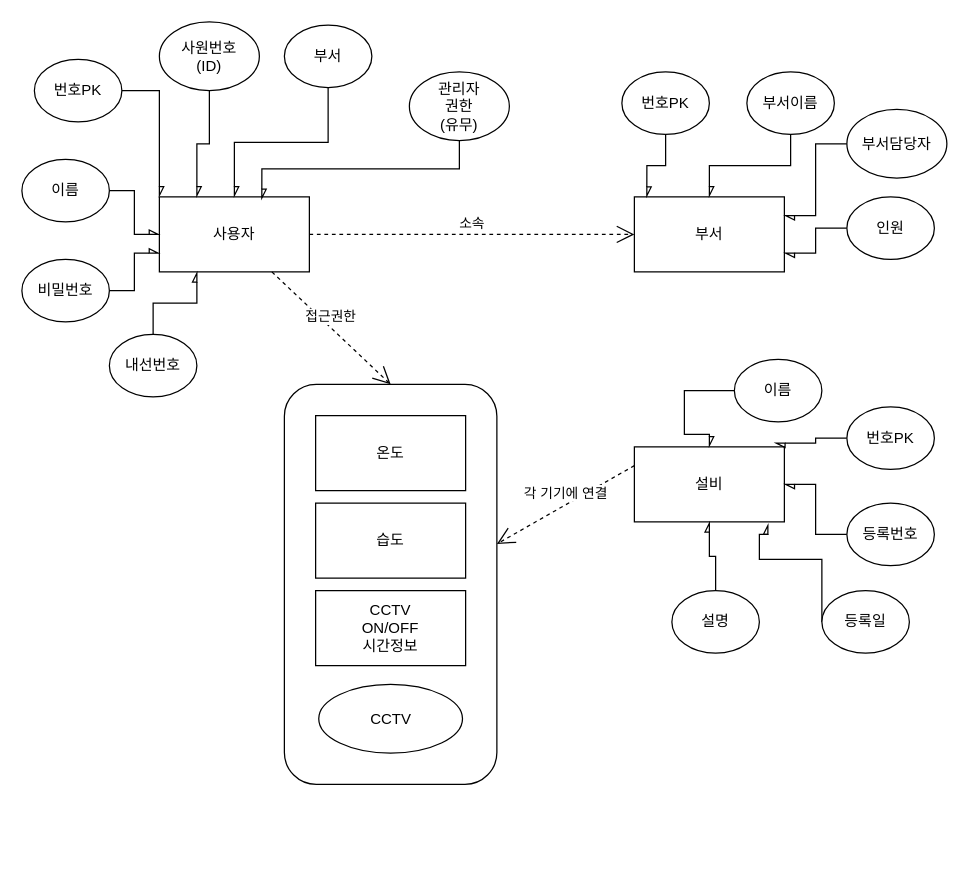
Before: Copy of t1.drawio in SoSSimple/metacamp-CCTVmonitoring, a draw.io diagram. Source tidied: cells renumbered, new cells numbered last; positions are measured from the earlier drawing's top-left corner, leaving out a move shared by most shapes. Both pictures are drawn from the tidied source at 125%, with x=0, y=0 at pixel (21, 21).
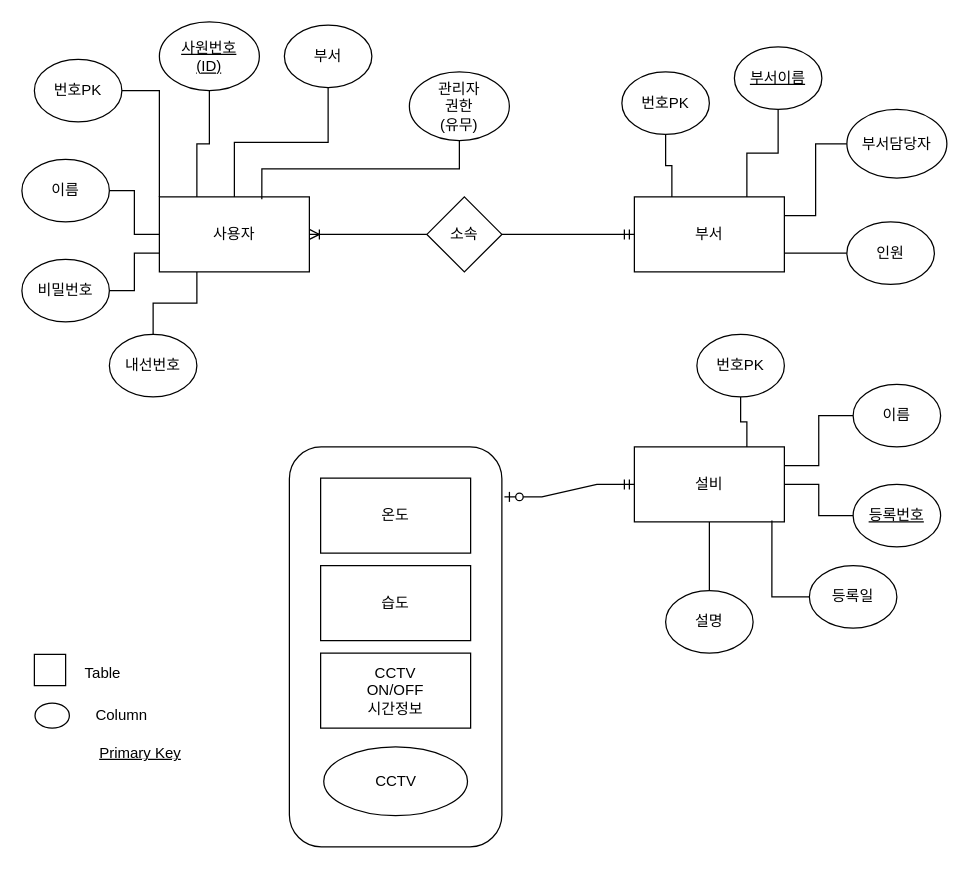
The same diagram, later.

Unchanged cells that the change refers to:
```xml
<mxCell id="3" value="사용자" style="rounded=0;whiteSpace=wrap;html=1;" parent="1" vertex="1">
  <mxGeometry x="110" y="140" width="120" height="60" as="geometry" />
</mxCell>
<mxCell id="5" value="번호PK" style="ellipse;whiteSpace=wrap;html=1;" parent="1" vertex="1">
  <mxGeometry x="10" y="30" width="70" height="50" as="geometry" />
</mxCell>
<mxCell id="9" value="부서" style="ellipse;whiteSpace=wrap;html=1;" parent="1" vertex="1">
  <mxGeometry x="210" y="2.5" width="70" height="50" as="geometry" />
</mxCell>
<mxCell id="10" value="관리자&lt;br&gt;권한&lt;br&gt;(유무)" style="ellipse;whiteSpace=wrap;html=1;" parent="1" vertex="1">
  <mxGeometry x="310" y="40" width="80" height="55" as="geometry" />
</mxCell>
<mxCell id="12" value="부서" style="rounded=0;whiteSpace=wrap;html=1;" parent="1" vertex="1">
  <mxGeometry x="490" y="140" width="120" height="60" as="geometry" />
</mxCell>
<mxCell id="13" value="설비" style="rounded=0;whiteSpace=wrap;html=1;" parent="1" vertex="1">
  <mxGeometry x="490" y="340" width="120" height="60" as="geometry" />
</mxCell>
<mxCell id="24" value="내선번호" style="ellipse;whiteSpace=wrap;html=1;" parent="1" vertex="1">
  <mxGeometry x="70" y="250" width="70" height="50" as="geometry" />
</mxCell>
<mxCell id="26" value="번호PK" style="ellipse;whiteSpace=wrap;html=1;" parent="1" vertex="1">
  <mxGeometry x="480" y="40" width="70" height="50" as="geometry" />
</mxCell>
<mxCell id="28" value="부서담당자" style="ellipse;whiteSpace=wrap;html=1;" parent="1" vertex="1">
  <mxGeometry x="660" y="70" width="80" height="55" as="geometry" />
</mxCell>
<mxCell id="34" value="이름" style="ellipse;whiteSpace=wrap;html=1;" parent="1" vertex="1">
  <mxGeometry y="110" width="70" height="50" as="geometry" />
</mxCell>
<mxCell id="41" value="비밀번호" style="ellipse;whiteSpace=wrap;html=1;" parent="1" vertex="1">
  <mxGeometry y="190" width="70" height="50" as="geometry" />
</mxCell>
```

Diff of the diagram source:
```diff
@@
     <mxCell id="2" style="rounded=1;whiteSpace=wrap;html=1;" parent="1" vertex="1">
-      <mxGeometry x="210" y="290" width="170" height="320" as="geometry" />
+      <mxGeometry x="214" y="340" width="170" height="320" as="geometry" />
     </mxCell>
@@
-    <mxCell id="4" style="edgeStyle=orthogonalEdgeStyle;rounded=0;jettySize=auto;html=1;entryX=0;entryY=0;entryDx=0;entryDy=0;endArrow=async;endFill=0;" parent="1" edge="1" source="5" target="3">
+    <mxCell id="4" style="edgeStyle=orthogonalEdgeStyle;rounded=0;jettySize=auto;html=1;entryX=0;entryY=0;entryDx=0;entryDy=0;endArrow=none;endFill=0;" parent="1" edge="1" source="5" target="3">
       <mxGeometry relative="1" as="geometry" />
     </mxCell>
@@
-    <mxCell id="6" style="edgeStyle=orthogonalEdgeStyle;rounded=0;jettySize=auto;html=1;entryX=0.25;entryY=0;entryDx=0;entryDy=0;endArrow=async;endFill=0;" parent="1" edge="1" source="7" target="3">
+    <mxCell id="6" style="edgeStyle=orthogonalEdgeStyle;rounded=0;jettySize=auto;html=1;entryX=0.25;entryY=0;entryDx=0;entryDy=0;endArrow=none;endFill=0;" parent="1" edge="1" source="7" target="3">
       <mxGeometry relative="1" as="geometry" />
     </mxCell>
-    <mxCell id="7" value="사원번호 &lt;br&gt;(ID)" style="ellipse;whiteSpace=wrap;html=1;" parent="1" vertex="1">
+    <mxCell id="7" value="&lt;u&gt;사원번호 &lt;br&gt;(ID)&lt;/u&gt;" style="ellipse;whiteSpace=wrap;html=1;" parent="1" vertex="1">
       <mxGeometry x="110" width="80" height="55" as="geometry" />
     </mxCell>
-    <mxCell id="8" style="edgeStyle=orthogonalEdgeStyle;rounded=0;jettySize=auto;html=1;endArrow=async;endFill=0;" parent="1" edge="1" source="9" target="3">
+    <mxCell id="8" style="edgeStyle=orthogonalEdgeStyle;rounded=0;jettySize=auto;html=1;endArrow=none;endFill=0;" parent="1" edge="1" source="9" target="3">
       <mxGeometry relative="1" as="geometry" />
     </mxCell>
@@
-    <mxCell id="11" style="edgeStyle=orthogonalEdgeStyle;rounded=0;jettySize=auto;html=1;endArrow=async;endFill=0;entryX=0.683;entryY=0.033;entryDx=0;entryDy=0;entryPerimeter=0;exitX=0.5;exitY=1;exitDx=0;exitDy=0;" parent="1" edge="1" source="10" target="3">
+    <mxCell id="11" style="edgeStyle=orthogonalEdgeStyle;rounded=0;jettySize=auto;html=1;endArrow=none;endFill=0;entryX=0.683;entryY=0.033;entryDx=0;entryDy=0;entryPerimeter=0;exitX=0.5;exitY=1;exitDx=0;exitDy=0;" parent="1" edge="1" source="10" target="3">
       <mxGeometry relative="1" as="geometry" />
     </mxCell>
@@
-    <mxCell id="14" style="edgeStyle=orthogonalEdgeStyle;rounded=0;jettySize=auto;html=1;endArrow=async;endFill=0;entryX=0.937;entryY=-0.05;entryDx=0;entryDy=0;entryPerimeter=0;" parent="1" edge="1" source="15" target="13">
+    <mxCell id="14" style="edgeStyle=orthogonalEdgeStyle;rounded=0;jettySize=auto;html=1;endArrow=none;endFill=0;entryX=0.75;entryY=0;entryDx=0;entryDy=0;exitX=0.5;exitY=1;exitDx=0;exitDy=0;" parent="1" edge="1" source="15" target="13">
       <mxGeometry relative="1" as="geometry" />
     </mxCell>
     <mxCell id="15" value="번호PK" style="ellipse;whiteSpace=wrap;html=1;" parent="1" vertex="1">
-      <mxGeometry x="660" y="308" width="70" height="50" as="geometry" />
+      <mxGeometry x="540" y="250" width="70" height="50" as="geometry" />
     </mxCell>
     <mxCell id="16" value="CCTV" style="ellipse;whiteSpace=wrap;html=1;" parent="1" vertex="1">
-      <mxGeometry x="237.5" y="530" width="115" height="55" as="geometry" />
+      <mxGeometry x="241.5" y="580" width="115" height="55" as="geometry" />
     </mxCell>
-    <mxCell id="17" style="edgeStyle=orthogonalEdgeStyle;rounded=0;jettySize=auto;html=1;endArrow=async;endFill=0;" parent="1" edge="1" source="18" target="13">
+    <mxCell id="17" style="edgeStyle=orthogonalEdgeStyle;rounded=0;jettySize=auto;html=1;endArrow=none;endFill=0;" parent="1" edge="1" source="18" target="13">
       <mxGeometry relative="1" as="geometry" />
     </mxCell>
-    <mxCell id="18" value="등록번호" style="ellipse;whiteSpace=wrap;html=1;" parent="1" vertex="1">
-      <mxGeometry x="660" y="385" width="70" height="50" as="geometry" />
+    <mxCell id="18" value="등록번호" style="ellipse;whiteSpace=wrap;html=1;fontStyle=4;" parent="1" vertex="1">
+      <mxGeometry x="665" y="370" width="70" height="50" as="geometry" />
     </mxCell>
-    <mxCell id="19" style="edgeStyle=orthogonalEdgeStyle;rounded=0;jettySize=auto;html=1;endArrow=async;endFill=0;" parent="1" edge="1" source="20" target="13">
+    <mxCell id="19" style="edgeStyle=orthogonalEdgeStyle;rounded=0;jettySize=auto;html=1;endArrow=none;endFill=0;" parent="1" edge="1" source="20" target="13">
       <mxGeometry relative="1" as="geometry" />
     </mxCell>
     <mxCell id="20" value="설명" style="ellipse;whiteSpace=wrap;html=1;" parent="1" vertex="1">
-      <mxGeometry x="520" y="455" width="70" height="50" as="geometry" />
+      <mxGeometry x="515" y="455" width="70" height="50" as="geometry" />
     </mxCell>
-    <mxCell id="21" style="edgeStyle=orthogonalEdgeStyle;rounded=0;jettySize=auto;html=1;endArrow=async;endFill=0;entryX=0.89;entryY=1.03;entryDx=0;entryDy=0;entryPerimeter=0;" parent="1" edge="1" source="22" target="13">
-      <mxGeometry relative="1" as="geometry">
-        <Array as="points">
-          <mxPoint x="640" y="430" />
-          <mxPoint x="590" y="430" />
-          <mxPoint x="590" y="410" />
-          <mxPoint x="597" y="410" />
-        </Array>
-      </mxGeometry>
+    <mxCell id="21" style="edgeStyle=orthogonalEdgeStyle;rounded=0;jettySize=auto;html=1;endArrow=none;endFill=0;entryX=0.917;entryY=0.983;entryDx=0;entryDy=0;entryPerimeter=0;" parent="1" edge="1" source="22" target="13">
+      <mxGeometry relative="1" as="geometry" />
     </mxCell>
     <mxCell id="22" value="등록일" style="ellipse;whiteSpace=wrap;html=1;" parent="1" vertex="1">
-      <mxGeometry x="640" y="455" width="70" height="50" as="geometry" />
+      <mxGeometry x="630" y="435" width="70" height="50" as="geometry" />
     </mxCell>
-    <mxCell id="23" style="edgeStyle=orthogonalEdgeStyle;rounded=0;jettySize=auto;html=1;entryX=0.25;entryY=1;entryDx=0;entryDy=0;endArrow=async;endFill=0;" parent="1" edge="1" source="24" target="3">
+    <mxCell id="23" style="edgeStyle=orthogonalEdgeStyle;rounded=0;jettySize=auto;html=1;entryX=0.25;entryY=1;entryDx=0;entryDy=0;endArrow=none;endFill=0;" parent="1" edge="1" source="24" target="3">
       <mxGeometry relative="1" as="geometry" />
     </mxCell>
@@
-    <mxCell id="25" style="edgeStyle=orthogonalEdgeStyle;rounded=0;jettySize=auto;html=1;endArrow=async;endFill=0;entryX=0.083;entryY=0.003;entryDx=0;entryDy=0;entryPerimeter=0;" parent="1" edge="1" source="26" target="12">
+    <mxCell id="25" style="edgeStyle=orthogonalEdgeStyle;rounded=0;jettySize=auto;html=1;endArrow=none;endFill=0;entryX=0.25;entryY=0;entryDx=0;entryDy=0;" parent="1" edge="1" source="26" target="12">
       <mxGeometry relative="1" as="geometry" />
     </mxCell>
@@
-    <mxCell id="27" style="edgeStyle=orthogonalEdgeStyle;rounded=0;jettySize=auto;html=1;entryX=1;entryY=0.25;entryDx=0;entryDy=0;endArrow=async;endFill=0;" parent="1" edge="1" source="28" target="12">
+    <mxCell id="27" style="edgeStyle=orthogonalEdgeStyle;rounded=0;jettySize=auto;html=1;entryX=1;entryY=0.25;entryDx=0;entryDy=0;endArrow=none;endFill=0;" parent="1" edge="1" source="28" target="12">
       <mxGeometry relative="1" as="geometry" />
     </mxCell>
@@
-    <mxCell id="29" style="edgeStyle=orthogonalEdgeStyle;rounded=0;jettySize=auto;html=1;endArrow=async;endFill=0;" parent="1" edge="1" source="30" target="12">
+    <mxCell id="29" style="edgeStyle=orthogonalEdgeStyle;rounded=0;jettySize=auto;html=1;entryX=0.75;entryY=0;entryDx=0;entryDy=0;endArrow=none;endFill=0;" parent="1" edge="1" source="30" target="12">
       <mxGeometry relative="1" as="geometry" />
     </mxCell>
-    <mxCell id="30" value="부서이름" style="ellipse;whiteSpace=wrap;html=1;" parent="1" vertex="1">
-      <mxGeometry x="580" y="40" width="70" height="50" as="geometry" />
+    <mxCell id="30" value="부서이름" style="ellipse;whiteSpace=wrap;html=1;fontStyle=4;" parent="1" vertex="1">
+      <mxGeometry x="570" y="20" width="70" height="50" as="geometry" />
     </mxCell>
-    <mxCell id="31" style="edgeStyle=orthogonalEdgeStyle;rounded=0;jettySize=auto;html=1;entryX=1;entryY=0.75;entryDx=0;entryDy=0;endArrow=async;endFill=0;" parent="1" edge="1" source="32" target="12">
+    <mxCell id="31" style="edgeStyle=orthogonalEdgeStyle;rounded=0;jettySize=auto;html=1;entryX=1;entryY=0.75;entryDx=0;entryDy=0;endArrow=none;endFill=0;" parent="1" edge="1" source="32" target="12">
       <mxGeometry relative="1" as="geometry" />
     </mxCell>
     <mxCell id="32" value="인원" style="ellipse;whiteSpace=wrap;html=1;" parent="1" vertex="1">
-      <mxGeometry x="660" y="140" width="70" height="50" as="geometry" />
+      <mxGeometry x="660" y="160" width="70" height="50" as="geometry" />
     </mxCell>
-    <mxCell id="33" style="edgeStyle=orthogonalEdgeStyle;rounded=0;jettySize=auto;html=1;endArrow=async;endFill=0;" parent="1" edge="1" source="34" target="3">
+    <mxCell id="33" style="edgeStyle=orthogonalEdgeStyle;rounded=0;jettySize=auto;html=1;endArrow=none;endFill=0;" parent="1" edge="1" source="34" target="3">
       <mxGeometry relative="1" as="geometry" />
     </mxCell>
@@
-    <mxCell id="35" style="edgeStyle=orthogonalEdgeStyle;rounded=0;jettySize=auto;html=1;entryX=0.5;entryY=0;entryDx=0;entryDy=0;endArrow=async;endFill=0;" parent="1" edge="1" source="36" target="13">
-      <mxGeometry relative="1" as="geometry">
-        <Array as="points">
-          <mxPoint x="530" y="295" />
-          <mxPoint x="530" y="330" />
-          <mxPoint x="550" y="330" />
-        </Array>
-      </mxGeometry>
+    <mxCell id="35" style="edgeStyle=orthogonalEdgeStyle;rounded=0;jettySize=auto;html=1;entryX=1;entryY=0.25;entryDx=0;entryDy=0;endArrow=none;endFill=0;" parent="1" edge="1" source="36" target="13">
+      <mxGeometry relative="1" as="geometry" />
     </mxCell>
     <mxCell id="36" value="이름" style="ellipse;whiteSpace=wrap;html=1;" parent="1" vertex="1">
-      <mxGeometry x="570" y="270" width="70" height="50" as="geometry" />
+      <mxGeometry x="665" y="290" width="70" height="50" as="geometry" />
     </mxCell>
     <mxCell id="37" value="온도" style="rounded=0;whiteSpace=wrap;html=1;" parent="1" vertex="1">
-      <mxGeometry x="235" y="315" width="120" height="60" as="geometry" />
+      <mxGeometry x="239" y="365" width="120" height="60" as="geometry" />
     </mxCell>
     <mxCell id="38" value="습도" style="rounded=0;whiteSpace=wrap;html=1;" parent="1" vertex="1">
-      <mxGeometry x="235" y="385" width="120" height="60" as="geometry" />
+      <mxGeometry x="239" y="435" width="120" height="60" as="geometry" />
     </mxCell>
     <mxCell id="39" value="CCTV&lt;br&gt;ON/OFF&lt;br&gt;시간정보" style="rounded=0;whiteSpace=wrap;html=1;" parent="1" vertex="1">
-      <mxGeometry x="235" y="455" width="120" height="60" as="geometry" />
+      <mxGeometry x="239" y="505" width="120" height="60" as="geometry" />
     </mxCell>
-    <mxCell id="40" style="edgeStyle=orthogonalEdgeStyle;rounded=0;jettySize=auto;html=1;endArrow=async;endFill=0;entryX=0;entryY=0.75;entryDx=0;entryDy=0;" parent="1" edge="1" source="41" target="3">
+    <mxCell id="40" style="edgeStyle=orthogonalEdgeStyle;rounded=0;jettySize=auto;html=1;endArrow=none;endFill=0;entryX=0;entryY=0.75;entryDx=0;entryDy=0;" parent="1" edge="1" source="41" target="3">
       <mxGeometry relative="1" as="geometry" />
     </mxCell>
@@
-    <mxCell id="42" value="접근권한" style="edgeStyle=none;html=1;endArrow=open;endSize=12;dashed=1;verticalAlign=bottom;rounded=0;exitX=0.75;exitY=1;exitDx=0;exitDy=0;entryX=0.5;entryY=0;entryDx=0;entryDy=0;" parent="1" edge="1" source="3" target="2">
-      <mxGeometry relative="1" as="geometry" />
-    </mxCell>
+    <mxCell id="45" style="whiteSpace=wrap;html=1;" parent="1" vertex="1">
+      <mxGeometry x="10" y="506" width="25" height="25" as="geometry" />
+    </mxCell>
+    <mxCell id="46" value="Table" style="text;html=1;strokeColor=none;fillColor=none;align=center;verticalAlign=middle;whiteSpace=wrap;rounded=0;rotation=0;" parent="1" vertex="1">
+      <mxGeometry x="35" y="510" width="60" height="21" as="geometry" />
+    </mxCell>
+    <mxCell id="47" style="ellipse;whiteSpace=wrap;html=1;" parent="1" vertex="1">
+      <mxGeometry x="10.5" y="545" width="27.5" height="20" as="geometry" />
+    </mxCell>
+    <mxCell id="48" value="Column" style="text;html=1;strokeColor=none;fillColor=none;align=center;verticalAlign=middle;whiteSpace=wrap;rounded=0;rotation=0;" parent="1" vertex="1">
+      <mxGeometry x="50" y="540" width="60" height="30" as="geometry" />
+    </mxCell>
+    <mxCell id="49" value="Primary Key" style="text;html=1;strokeColor=none;fillColor=none;align=center;verticalAlign=middle;whiteSpace=wrap;rounded=0;rotation=0;fontStyle=4;" parent="1" vertex="1">
+      <mxGeometry x="50" y="570" width="90" height="30" as="geometry" />
+    </mxCell>
-    <mxCell id="43" value="소속" style="edgeStyle=none;html=1;endArrow=open;endSize=12;dashed=1;verticalAlign=bottom;rounded=0;entryX=0;entryY=0.5;entryDx=0;entryDy=0;" parent="1" edge="1" target="12">
-      <mxGeometry relative="1" as="geometry">
-        <mxPoint x="230" y="170" as="sourcePoint" />
-      </mxGeometry>
+    <mxCell id="43" value="소속" style="rhombus;whiteSpace=wrap;html=1;" parent="1" vertex="1">
+      <mxGeometry x="324" y="140" width="60" height="60" as="geometry" />
     </mxCell>
+    <mxCell id="50" style="edgeStyle=entityRelationEdgeStyle;fontSize=12;html=1;endArrow=ERmandOne;rounded=0;entryX=0;entryY=0.5;entryDx=0;entryDy=0;exitX=1;exitY=0.5;exitDx=0;exitDy=0;" parent="1" edge="1" source="43" target="12">
+      <mxGeometry relative="1" as="geometry" />
+    </mxCell>
+    <mxCell id="51" style="edgeStyle=entityRelationEdgeStyle;fontSize=12;html=1;endArrow=ERoneToMany;rounded=0;entryX=1;entryY=0.5;entryDx=0;entryDy=0;exitX=0;exitY=0.5;exitDx=0;exitDy=0;" parent="1" edge="1" source="43" target="3">
+      <mxGeometry relative="1" as="geometry" />
+    </mxCell>
-    <mxCell id="44" value="각 기기에 연결" style="edgeStyle=none;html=1;endArrow=open;endSize=12;dashed=1;verticalAlign=bottom;rounded=0;exitX=0;exitY=0.25;exitDx=0;exitDy=0;entryX=1;entryY=0.399;entryDx=0;entryDy=0;entryPerimeter=0;" parent="1" edge="1" source="13" target="2">
+    <mxCell id="44" style="edgeStyle=entityRelationEdgeStyle;fontSize=12;html=1;endArrow=ERzeroToOne;startArrow=ERmandOne;rounded=0;entryX=1.012;entryY=0.125;entryDx=0;entryDy=0;exitX=0;exitY=0.5;exitDx=0;exitDy=0;entryPerimeter=0;" parent="1" edge="1" source="13" target="2">
       <mxGeometry relative="1" as="geometry" />
     </mxCell>
```
